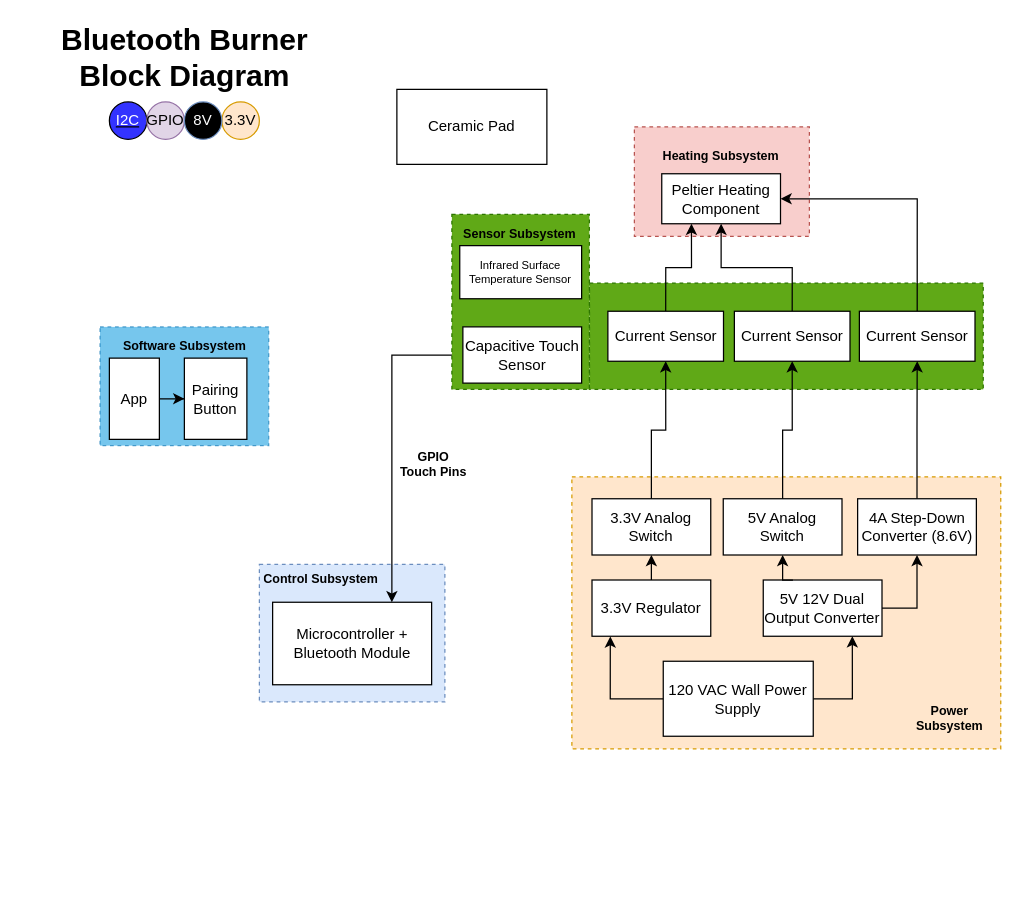
This is Proposal Diagram.drawio from fadnis-shaunak28/ECE-445-Notebooks, a draw.io file, before an edit. Source tidied: cells renumbered, new cells numbered last; positions are measured from the earlier drawing's top-left corner, leaving out a move shared by most shapes. Both pictures are drawn from the tidied source at 125%, with x=0, y=0 at pixel (99, 39).
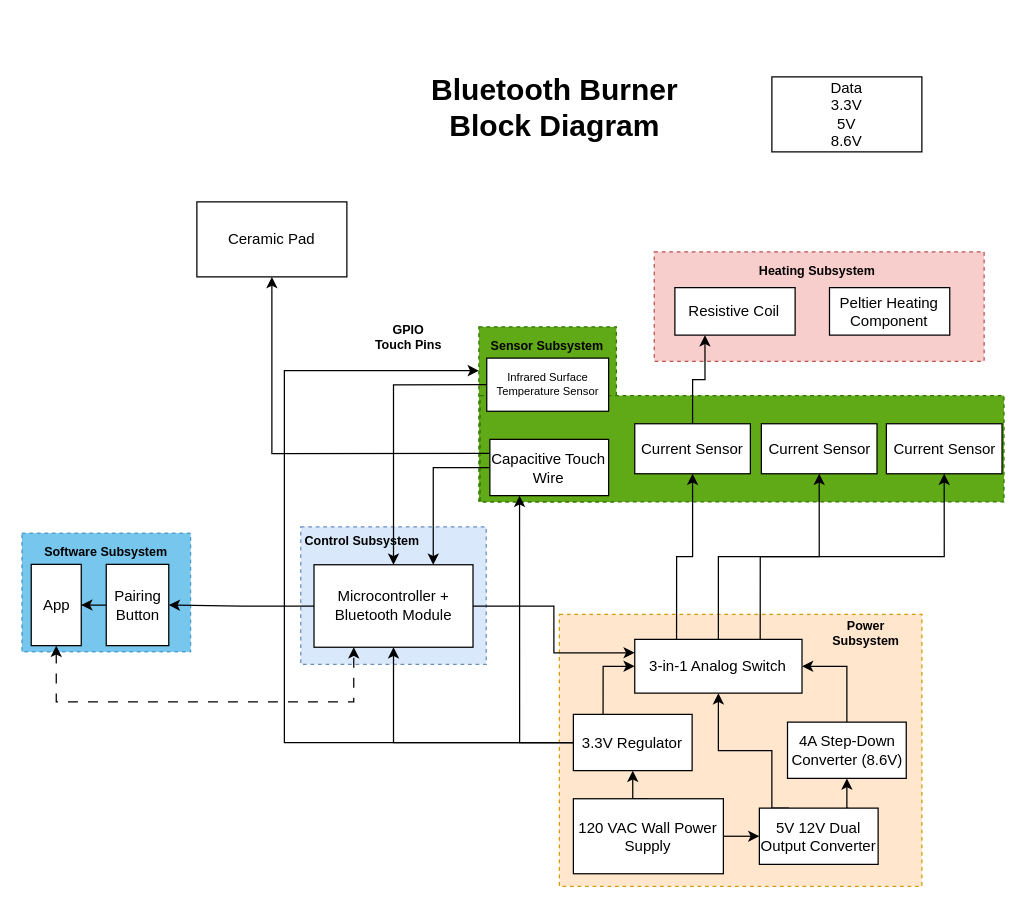
The same page after the edit.

Unchanged cells that the change refers to:
```xml
<mxCell id="8" value="Microcontroller + Bluetooth Module" style="rounded=0;whiteSpace=wrap;html=1;" parent="6" vertex="1">
  <mxGeometry x="10.6" y="30.3" width="127.2" height="66" as="geometry" />
</mxCell>
<mxCell id="47" value="App" style="rounded=0;whiteSpace=wrap;html=1;" parent="44" vertex="1">
  <mxGeometry x="7.5" y="25" width="40" height="65" as="geometry" />
</mxCell>
<mxCell id="49" value="Pairing Button" style="rounded=0;whiteSpace=wrap;html=1;" parent="44" vertex="1">
  <mxGeometry x="67.5" y="25" width="50" height="65" as="geometry" />
</mxCell>
```

Diff of the diagram source:
```diff
@@
-    <mxCell id="2" style="group;" parent="1" vertex="1">
-      <mxGeometry x="428" y="70" width="140" height="87.5" as="geometry" />
-    </mxCell>
-    <mxCell id="3" style="rounded=0;whiteSpace=wrap;html=1;fillColor=#f8cecc;strokeColor=#b85450;dashed=1;" parent="2" vertex="1">
-      <mxGeometry width="140" height="87.5" as="geometry" />
+    <mxCell id="3" style="rounded=0;whiteSpace=wrap;html=1;fillColor=#f8cecc;strokeColor=#b85450;dashed=1;" parent="1" vertex="1">
+      <mxGeometry x="443.9" y="170" width="263.9" height="87.5" as="geometry" />
     </mxCell>
-    <mxCell id="4" value="Peltier Heating Component" style="rounded=0;whiteSpace=wrap;html=1;" parent="2" vertex="1">
-      <mxGeometry x="21.9" y="37.5" width="95" height="40" as="geometry" />
-    </mxCell>
-    <mxCell id="5" value="Heating Subsystem" style="text;html=1;strokeColor=none;fillColor=none;align=center;verticalAlign=middle;whiteSpace=wrap;overflow=hidden;fontSize=10;fontStyle=1;" parent="2" vertex="1">
-      <mxGeometry x="8.8" y="7.5" width="121.2" height="30" as="geometry" />
-    </mxCell>
+    <mxCell id="51" style="rounded=0;whiteSpace=wrap;html=1;fillColor=#60a917;strokeColor=#2D7600;fontColor=#ffffff;dashed=1;" parent="1" vertex="1">
+      <mxGeometry x="303.6" y="230" width="110" height="140" as="geometry" />
+    </mxCell>
+    <mxCell id="10" style="rounded=0;whiteSpace=wrap;html=1;fillColor=#60a917;strokeColor=#2D7600;fontColor=#ffffff;dashed=1;" parent="1" vertex="1">
+      <mxGeometry x="304.6" y="285" width="419.1" height="85" as="geometry" />
+    </mxCell>
+    <mxCell id="28" style="rounded=0;whiteSpace=wrap;html=1;fillColor=#ffe6cc;strokeColor=#d79b00;dashed=1;" parent="1" vertex="1">
+      <mxGeometry x="368" y="460" width="290" height="217.5" as="geometry" />
+    </mxCell>
     <mxCell id="6" style="group;" parent="1" vertex="1">
-      <mxGeometry x="128" y="420" width="148.4" height="110" as="geometry" />
+      <mxGeometry x="161.1" y="390" width="148.4" height="110" as="geometry" />
     </mxCell>
@@
-    <mxCell id="10" style="rounded=0;whiteSpace=wrap;html=1;fillColor=#60a917;strokeColor=#2D7600;fontColor=#ffffff;dashed=1;" parent="1" vertex="1">
-      <mxGeometry x="392.1" y="195" width="315" height="85" as="geometry" />
-    </mxCell>
-    <mxCell id="11" style="edgeStyle=orthogonalEdgeStyle;rounded=0;jettySize=auto;html=1;exitX=0.5;exitY=0;exitDx=0;exitDy=0;entryX=1;entryY=0.5;entryDx=0;entryDy=0;" parent="1" edge="1" source="12" target="4">
-      <mxGeometry relative="1" as="geometry" />
-    </mxCell>
-    <mxCell id="12" value="Current Sensor" style="rounded=0;whiteSpace=wrap;html=1;" parent="1" vertex="1">
-      <mxGeometry x="608" y="217.5" width="92.5" height="40" as="geometry" />
-    </mxCell>
@@
     <mxCell id="14" value="Ceramic Pad" style="rounded=0;whiteSpace=wrap;html=1;" parent="1" vertex="1">
-      <mxGeometry x="238" y="40" width="120" height="60" as="geometry" />
+      <mxGeometry x="78" y="130" width="120" height="60" as="geometry" />
     </mxCell>
     <mxCell id="15" style="group;" parent="1" vertex="1">
-      <mxGeometry x="8" width="120" height="80" as="geometry" />
+      <mxGeometry x="303.6" y="40" width="120" height="80" as="geometry" />
     </mxCell>
-    <mxCell id="16" style="group;" parent="15" vertex="1">
-      <mxGeometry width="120" height="80" as="geometry" />
-    </mxCell>
-    <mxCell id="17" value="Bluetooth Burner&lt;br&gt;Block Diagram" style="text;strokeColor=none;fillColor=none;html=1;fontSize=24;fontStyle=1;verticalAlign=middle;align=center;" parent="16" vertex="1">
+    <mxCell id="17" value="Bluetooth Burner&lt;br&gt;Block Diagram" style="text;strokeColor=none;fillColor=none;html=1;fontSize=24;fontStyle=1;verticalAlign=middle;align=center;" parent="15" vertex="1">
       <mxGeometry x="30" width="60" height="30" as="geometry" />
     </mxCell>
-    <mxCell id="18" style="group;" parent="16" vertex="1">
-      <mxGeometry y="50" width="120" height="30" as="geometry" />
-    </mxCell>
-    <mxCell id="19" value="&lt;font color=&quot;#ffffff&quot;&gt;I2C&lt;/font&gt;" style="ellipse;whiteSpace=wrap;html=1;align=center;fontStyle=4;fillColor=#3333FF;" parent="18" vertex="1">
-      <mxGeometry width="30" height="30" as="geometry" />
-    </mxCell>
-    <mxCell id="20" value="3.3V" style="ellipse;whiteSpace=wrap;html=1;align=center;fontStyle=0;fillColor=#ffe6cc;strokeColor=#d79b00;" parent="18" vertex="1">
-      <mxGeometry x="90" width="30" height="30" as="geometry" />
-    </mxCell>
-    <mxCell id="21" value="GPIO" style="ellipse;whiteSpace=wrap;html=1;align=center;fontStyle=0;fillColor=#e1d5e7;strokeColor=#9673a6;" parent="18" vertex="1">
-      <mxGeometry x="30" width="30" height="30" as="geometry" />
-    </mxCell>
-    <mxCell id="22" value="&lt;font color=&quot;#ffffff&quot;&gt;8V&lt;/font&gt;" style="ellipse;whiteSpace=wrap;html=1;align=center;fontStyle=0;fillColor=#000000;strokeColor=#6c8ebf;" parent="18" vertex="1">
-      <mxGeometry x="60" width="30" height="30" as="geometry" />
-    </mxCell>
-    <mxCell id="23" style="edgeStyle=orthogonalEdgeStyle;rounded=0;jettySize=auto;html=1;exitX=0.5;exitY=0;exitDx=0;exitDy=0;entryX=0.5;entryY=1;entryDx=0;entryDy=0;" parent="1" edge="1" source="24" target="4">
-      <mxGeometry relative="1" as="geometry" />
-    </mxCell>
-    <mxCell id="24" value="Current Sensor" style="rounded=0;whiteSpace=wrap;html=1;" parent="1" vertex="1">
-      <mxGeometry x="508" y="217.5" width="92.5" height="40" as="geometry" />
-    </mxCell>
-    <mxCell id="25" style="edgeStyle=orthogonalEdgeStyle;rounded=0;jettySize=auto;html=1;exitX=0.5;exitY=0;exitDx=0;exitDy=0;entryX=0.25;entryY=1;entryDx=0;entryDy=0;" parent="1" edge="1" source="26" target="4">
-      <mxGeometry relative="1" as="geometry" />
-    </mxCell>
-    <mxCell id="26" value="Current Sensor" style="rounded=0;whiteSpace=wrap;html=1;" parent="1" vertex="1">
-      <mxGeometry x="406.8" y="217.5" width="92.5" height="40" as="geometry" />
-    </mxCell>
-    <mxCell id="27" style="group;" parent="1" vertex="1">
-      <mxGeometry x="378" y="350" width="343.1" height="217.5" as="geometry" />
-    </mxCell>
-    <mxCell id="28" style="rounded=0;whiteSpace=wrap;html=1;fillColor=#ffe6cc;strokeColor=#d79b00;dashed=1;" parent="27" vertex="1">
-      <mxGeometry width="343.1" height="217.5" as="geometry" />
-    </mxCell>
-    <mxCell id="29" value="120 VAC Wall Power Supply" style="rounded=0;whiteSpace=wrap;html=1;" parent="27" vertex="1">
-      <mxGeometry x="73.1" y="147.5" width="120" height="60" as="geometry" />
-    </mxCell>
-    <mxCell id="30" value="5V 12V Dual Output Converter" style="rounded=0;whiteSpace=wrap;html=1;" parent="27" vertex="1">
-      <mxGeometry x="153.1" y="82.5" width="95" height="45" as="geometry" />
-    </mxCell>
-    <mxCell id="31" style="edgeStyle=orthogonalEdgeStyle;rounded=0;jettySize=auto;html=1;exitX=1;exitY=0.5;exitDx=0;exitDy=0;entryX=0.75;entryY=1;entryDx=0;entryDy=0;" parent="27" edge="1" source="29" target="30">
-      <mxGeometry relative="1" as="geometry" />
-    </mxCell>
-    <mxCell id="32" value="Power Subsystem" style="text;html=1;strokeColor=none;fillColor=none;align=center;verticalAlign=middle;whiteSpace=wrap;overflow=hidden;fontSize=10;fontStyle=1;" parent="27" vertex="1">
-      <mxGeometry x="273.1" y="177.5" width="58.8" height="30" as="geometry" />
-    </mxCell>
-    <mxCell id="33" value="3.3V Regulator" style="rounded=0;whiteSpace=wrap;html=1;" parent="27" vertex="1">
-      <mxGeometry x="16.1" y="82.5" width="95" height="45" as="geometry" />
-    </mxCell>
-    <mxCell id="34" value="4A Step-Down Converter (8.6V)" style="rounded=0;whiteSpace=wrap;html=1;" parent="27" vertex="1">
-      <mxGeometry x="228.6" y="17.5" width="95" height="45" as="geometry" />
-    </mxCell>
-    <mxCell id="35" style="edgeStyle=orthogonalEdgeStyle;rounded=0;jettySize=auto;html=1;exitX=1;exitY=0.5;exitDx=0;exitDy=0;entryX=0.5;entryY=1;entryDx=0;entryDy=0;" parent="27" edge="1" source="30" target="34">
-      <mxGeometry relative="1" as="geometry" />
-    </mxCell>
-    <mxCell id="36" value="5V Analog Switch" style="rounded=0;whiteSpace=wrap;html=1;" parent="27" vertex="1">
-      <mxGeometry x="121.1" y="17.5" width="95" height="45" as="geometry" />
-    </mxCell>
-    <mxCell id="37" style="edgeStyle=orthogonalEdgeStyle;rounded=0;jettySize=auto;html=1;exitX=0.25;exitY=0;exitDx=0;exitDy=0;entryX=0.5;entryY=1;entryDx=0;entryDy=0;" parent="27" edge="1" source="30" target="36">
-      <mxGeometry relative="1" as="geometry" />
-    </mxCell>
-    <mxCell id="38" value="3.3V Analog Switch" style="rounded=0;whiteSpace=wrap;html=1;" parent="27" vertex="1">
-      <mxGeometry x="16.1" y="17.5" width="95" height="45" as="geometry" />
-    </mxCell>
-    <mxCell id="39" style="edgeStyle=orthogonalEdgeStyle;rounded=0;jettySize=auto;html=1;exitX=0.5;exitY=0;exitDx=0;exitDy=0;entryX=0.5;entryY=1;entryDx=0;entryDy=0;" parent="27" edge="1" source="33" target="38">
-      <mxGeometry relative="1" as="geometry" />
-    </mxCell>
-    <mxCell id="40" style="edgeStyle=orthogonalEdgeStyle;rounded=0;jettySize=auto;html=1;exitX=0;exitY=0.5;exitDx=0;exitDy=0;entryX=0.154;entryY=1.004;entryDx=0;entryDy=0;entryPerimeter=0;" parent="27" edge="1" source="29" target="33">
-      <mxGeometry relative="1" as="geometry" />
-    </mxCell>
-    <mxCell id="41" style="edgeStyle=orthogonalEdgeStyle;rounded=0;jettySize=auto;html=1;exitX=0.5;exitY=0;exitDx=0;exitDy=0;entryX=0.5;entryY=1;entryDx=0;entryDy=0;" parent="1" edge="1" source="38" target="26">
+    <mxCell id="41" style="edgeStyle=orthogonalEdgeStyle;rounded=0;jettySize=auto;html=1;exitX=0.25;exitY=0;exitDx=0;exitDy=0;entryX=0.5;entryY=1;entryDx=0;entryDy=0;" parent="1" edge="1" source="68" target="26">
       <mxGeometry relative="1" as="geometry" />
     </mxCell>
-    <mxCell id="42" style="edgeStyle=orthogonalEdgeStyle;rounded=0;jettySize=auto;html=1;exitX=0.5;exitY=0;exitDx=0;exitDy=0;entryX=0.5;entryY=1;entryDx=0;entryDy=0;" parent="1" edge="1" source="36" target="24">
+    <mxCell id="42" style="edgeStyle=orthogonalEdgeStyle;rounded=0;jettySize=auto;html=1;exitX=0.5;exitY=0;exitDx=0;exitDy=0;entryX=0.5;entryY=1;entryDx=0;entryDy=0;" parent="1" edge="1" source="68" target="24">
       <mxGeometry relative="1" as="geometry" />
     </mxCell>
-    <mxCell id="43" style="edgeStyle=orthogonalEdgeStyle;rounded=0;jettySize=auto;html=1;exitX=0.5;exitY=0;exitDx=0;exitDy=0;entryX=0.5;entryY=1;entryDx=0;entryDy=0;" parent="1" edge="1" source="34" target="12">
-      <mxGeometry relative="1" as="geometry" />
-    </mxCell>
     <mxCell id="44" style="group;" parent="1" vertex="1">
-      <mxGeometry x="0.5" y="230" width="135" height="95" as="geometry" />
+      <mxGeometry x="-62" y="395" width="135" height="95" as="geometry" />
     </mxCell>
@@
-    <mxCell id="46" style="edgeStyle=orthogonalEdgeStyle;rounded=0;jettySize=auto;html=1;" parent="44" edge="1" source="47" target="49">
+    <mxCell id="46" style="edgeStyle=orthogonalEdgeStyle;rounded=0;jettySize=auto;html=1;startArrow=classic;startFill=1;endArrow=none;endFill=0;" parent="44" edge="1" source="47" target="49">
       <mxGeometry relative="1" as="geometry" />
     </mxCell>
@@
-    <mxCell id="50" style="group;" parent="1" vertex="1">
-      <mxGeometry x="276.4" y="140" width="121.2" height="140" as="geometry" />
-    </mxCell>
-    <mxCell id="51" style="rounded=0;whiteSpace=wrap;html=1;fillColor=#60a917;strokeColor=#2D7600;fontColor=#ffffff;dashed=1;" parent="50" vertex="1">
-      <mxGeometry x="5.6" width="110" height="140" as="geometry" />
-    </mxCell>
+    <mxCell id="55" value="GPIO Touch Pins" style="text;html=1;strokeColor=none;fillColor=none;align=center;verticalAlign=middle;whiteSpace=wrap;overflow=hidden;fontSize=10;fontStyle=1;" parent="1" vertex="1">
+      <mxGeometry x="217.7" y="222.5" width="58.8" height="30" as="geometry" />
+    </mxCell>
+    <mxCell id="56" style="edgeStyle=orthogonalEdgeStyle;rounded=0;jettySize=auto;html=1;exitX=0;exitY=0.5;exitDx=0;exitDy=0;entryX=1;entryY=0.5;entryDx=0;entryDy=0;" parent="1" edge="1" source="8" target="49">
+      <mxGeometry relative="1" as="geometry" />
+    </mxCell>
+    <mxCell id="57" style="edgeStyle=orthogonalEdgeStyle;rounded=0;jettySize=auto;html=1;exitX=0;exitY=0.5;exitDx=0;exitDy=0;entryX=0.5;entryY=1;entryDx=0;entryDy=0;" parent="1" edge="1" source="33" target="8">
+      <mxGeometry relative="1" as="geometry" />
+    </mxCell>
+    <mxCell id="58" style="edgeStyle=orthogonalEdgeStyle;rounded=0;jettySize=auto;html=1;exitX=0;exitY=0.5;exitDx=0;exitDy=0;entryX=0.25;entryY=1;entryDx=0;entryDy=0;" parent="1" edge="1" source="33" target="53">
+      <mxGeometry relative="1" as="geometry" />
+    </mxCell>
+    <mxCell id="59" style="edgeStyle=orthogonalEdgeStyle;rounded=0;jettySize=auto;html=1;exitX=0;exitY=0.5;exitDx=0;exitDy=0;entryX=0.5;entryY=0;entryDx=0;entryDy=0;" parent="1" edge="1" source="52" target="8">
+      <mxGeometry relative="1" as="geometry" />
+    </mxCell>
+    <mxCell id="60" style="edgeStyle=orthogonalEdgeStyle;rounded=0;jettySize=auto;html=1;exitX=0.75;exitY=0;exitDx=0;exitDy=0;entryX=0.5;entryY=1;entryDx=0;entryDy=0;" parent="1" edge="1" source="68" target="12">
+      <mxGeometry relative="1" as="geometry" />
+    </mxCell>
+    <mxCell id="40" style="edgeStyle=orthogonalEdgeStyle;rounded=0;jettySize=auto;html=1;exitX=0.5;exitY=0;exitDx=0;exitDy=0;entryX=0.5;entryY=1;entryDx=0;entryDy=0;" parent="1" edge="1" source="29" target="33">
+      <mxGeometry relative="1" as="geometry" />
+    </mxCell>
+    <mxCell id="31" style="edgeStyle=orthogonalEdgeStyle;rounded=0;jettySize=auto;html=1;exitX=1;exitY=0.5;exitDx=0;exitDy=0;entryX=0;entryY=0.5;entryDx=0;entryDy=0;" parent="1" edge="1" source="29" target="30">
+      <mxGeometry relative="1" as="geometry" />
+    </mxCell>
+    <mxCell id="29" value="120 VAC Wall Power Supply" style="rounded=0;whiteSpace=wrap;html=1;" parent="1" vertex="1">
+      <mxGeometry x="379.2" y="607.5" width="120" height="60" as="geometry" />
+    </mxCell>
+    <mxCell id="35" style="edgeStyle=orthogonalEdgeStyle;rounded=0;jettySize=auto;html=1;exitX=0.75;exitY=0;exitDx=0;exitDy=0;entryX=0.5;entryY=1;entryDx=0;entryDy=0;" parent="1" edge="1" source="30" target="34">
+      <mxGeometry relative="1" as="geometry" />
+    </mxCell>
+    <mxCell id="61" style="edgeStyle=orthogonalEdgeStyle;rounded=0;jettySize=auto;html=1;exitX=0.25;exitY=0;exitDx=0;exitDy=0;entryX=0.5;entryY=1;entryDx=0;entryDy=0;" parent="1" edge="1" source="30" target="68">
+      <mxGeometry relative="1" as="geometry">
+        <Array as="points">
+          <mxPoint x="538" y="615" />
+          <mxPoint x="538" y="569" />
+          <mxPoint x="495" y="569" />
+        </Array>
+      </mxGeometry>
+    </mxCell>
+    <mxCell id="30" value="5V 12V Dual Output Converter" style="rounded=0;whiteSpace=wrap;html=1;" parent="1" vertex="1">
+      <mxGeometry x="528" y="615" width="95" height="45" as="geometry" />
+    </mxCell>
+    <mxCell id="32" value="Power Subsystem" style="text;html=1;strokeColor=none;fillColor=none;align=center;verticalAlign=middle;whiteSpace=wrap;overflow=hidden;fontSize=10;fontStyle=1;" parent="1" vertex="1">
+      <mxGeometry x="584.1" y="460" width="58.8" height="30" as="geometry" />
+    </mxCell>
+    <mxCell id="62" style="edgeStyle=orthogonalEdgeStyle;rounded=0;jettySize=auto;html=1;exitX=0.25;exitY=0;exitDx=0;exitDy=0;entryX=0;entryY=0.5;entryDx=0;entryDy=0;" parent="1" edge="1" source="33" target="68">
+      <mxGeometry relative="1" as="geometry" />
+    </mxCell>
+    <mxCell id="63" style="edgeStyle=orthogonalEdgeStyle;rounded=0;jettySize=auto;html=1;exitX=0;exitY=0.5;exitDx=0;exitDy=0;entryX=0;entryY=0.25;entryDx=0;entryDy=0;" parent="1" edge="1" source="33" target="51">
+      <mxGeometry relative="1" as="geometry">
+        <Array as="points">
+          <mxPoint x="148" y="563" />
+          <mxPoint x="148" y="265" />
+        </Array>
+      </mxGeometry>
+    </mxCell>
+    <mxCell id="33" value="3.3V Regulator" style="rounded=0;whiteSpace=wrap;html=1;" parent="1" vertex="1">
+      <mxGeometry x="379.2" y="540" width="95" height="45" as="geometry" />
+    </mxCell>
+    <mxCell id="64" style="edgeStyle=orthogonalEdgeStyle;rounded=0;jettySize=auto;html=1;exitX=0.5;exitY=0;exitDx=0;exitDy=0;entryX=1;entryY=0.5;entryDx=0;entryDy=0;" parent="1" edge="1" source="34" target="68">
+      <mxGeometry relative="1" as="geometry" />
+    </mxCell>
+    <mxCell id="34" value="4A Step-Down Converter (8.6V)" style="rounded=0;whiteSpace=wrap;html=1;" parent="1" vertex="1">
+      <mxGeometry x="550.5" y="546.2" width="95" height="45" as="geometry" />
+    </mxCell>
+    <mxCell id="12" value="Current Sensor" style="rounded=0;whiteSpace=wrap;html=1;" parent="1" vertex="1">
+      <mxGeometry x="629.6" y="307.5" width="92.5" height="40" as="geometry" />
+    </mxCell>
+    <mxCell id="24" value="Current Sensor" style="rounded=0;whiteSpace=wrap;html=1;" parent="1" vertex="1">
+      <mxGeometry x="529.6" y="307.5" width="92.5" height="40" as="geometry" />
+    </mxCell>
+    <mxCell id="65" style="edgeStyle=orthogonalEdgeStyle;rounded=0;jettySize=auto;html=1;exitX=0.5;exitY=0;exitDx=0;exitDy=0;entryX=0.25;entryY=1;entryDx=0;entryDy=0;" parent="1" edge="1" source="26" target="70">
+      <mxGeometry relative="1" as="geometry" />
+    </mxCell>
+    <mxCell id="26" value="Current Sensor" style="rounded=0;whiteSpace=wrap;html=1;" parent="1" vertex="1">
+      <mxGeometry x="428.3" y="307.5" width="92.5" height="40" as="geometry" />
+    </mxCell>
-    <mxCell id="52" value="Infrared Surface Temperature Sensor" style="rounded=0;whiteSpace=wrap;html=1;fontSize=9;" parent="50" vertex="1">
-      <mxGeometry x="11.9" y="25" width="97.5" height="42.5" as="geometry" />
+    <mxCell id="52" value="Infrared Surface Temperature Sensor" style="rounded=0;whiteSpace=wrap;html=1;fontSize=9;" parent="1" vertex="1">
+      <mxGeometry x="309.9" y="255" width="97.5" height="42.5" as="geometry" />
     </mxCell>
+    <mxCell id="66" style="edgeStyle=orthogonalEdgeStyle;rounded=0;jettySize=auto;html=1;exitX=0;exitY=0.25;exitDx=0;exitDy=0;entryX=0.5;entryY=1;entryDx=0;entryDy=0;" parent="1" edge="1" source="53" target="14">
+      <mxGeometry relative="1" as="geometry" />
+    </mxCell>
-    <mxCell id="53" value="Capacitive Touch Sensor" style="rounded=0;whiteSpace=wrap;html=1;" parent="50" vertex="1">
-      <mxGeometry x="14.4" y="90" width="95" height="45" as="geometry" />
+    <mxCell id="53" value="Capacitive Touch Wire" style="rounded=0;whiteSpace=wrap;html=1;" parent="1" vertex="1">
+      <mxGeometry x="312.4" y="320" width="95" height="45" as="geometry" />
     </mxCell>
-    <mxCell id="54" value="Sensor Subsystem" style="text;html=1;strokeColor=none;fillColor=none;align=center;verticalAlign=middle;whiteSpace=wrap;overflow=hidden;fontSize=10;fontStyle=1;" parent="50" vertex="1">
-      <mxGeometry y="5" width="121.2" height="20" as="geometry" />
+    <mxCell id="54" value="Sensor Subsystem" style="text;html=1;strokeColor=none;fillColor=none;align=center;verticalAlign=middle;whiteSpace=wrap;overflow=hidden;fontSize=10;fontStyle=1;" parent="1" vertex="1">
+      <mxGeometry x="298" y="235" width="121.2" height="20" as="geometry" />
     </mxCell>
-    <mxCell id="55" value="GPIO Touch Pins" style="text;html=1;strokeColor=none;fillColor=none;align=center;verticalAlign=middle;whiteSpace=wrap;overflow=hidden;fontSize=10;fontStyle=1;" parent="1" vertex="1">
-      <mxGeometry x="238" y="325" width="58.8" height="30" as="geometry" />
-    </mxCell>
+    <mxCell id="67" value="Data&lt;br&gt;3.3V&lt;br&gt;5V&lt;br&gt;8.6V" style="rounded=0;whiteSpace=wrap;html=1;" parent="1" vertex="1">
+      <mxGeometry x="538" y="30" width="120" height="60" as="geometry" />
+    </mxCell>
+    <mxCell id="68" value="3-in-1 Analog Switch" style="rounded=0;whiteSpace=wrap;html=1;" parent="1" vertex="1">
+      <mxGeometry x="428.3" y="480" width="133.8" height="43" as="geometry" />
+    </mxCell>
+    <mxCell id="69" style="edgeStyle=orthogonalEdgeStyle;rounded=0;jettySize=auto;html=1;exitX=1;exitY=0.5;exitDx=0;exitDy=0;entryX=0;entryY=0.25;entryDx=0;entryDy=0;" parent="1" edge="1" source="8" target="68">
+      <mxGeometry relative="1" as="geometry" />
+    </mxCell>
+    <mxCell id="4" value="Peltier Heating Component" style="rounded=0;whiteSpace=wrap;html=1;" parent="1" vertex="1">
+      <mxGeometry x="584.1" y="198.6" width="96.2" height="38" as="geometry" />
+    </mxCell>
+    <mxCell id="5" value="Heating Subsystem" style="text;html=1;strokeColor=none;fillColor=none;align=center;verticalAlign=middle;whiteSpace=wrap;overflow=hidden;fontSize=10;fontStyle=1;" parent="1" vertex="1">
+      <mxGeometry x="460.4" y="160" width="228.5" height="50.6" as="geometry" />
+    </mxCell>
+    <mxCell id="70" value="Resistive Coil" style="rounded=0;whiteSpace=wrap;html=1;" parent="1" vertex="1">
+      <mxGeometry x="460.4" y="198.6" width="96.2" height="38" as="geometry" />
+    </mxCell>
+    <mxCell id="71" style="edgeStyle=orthogonalEdgeStyle;rounded=0;jettySize=auto;html=1;exitX=0.5;exitY=1;exitDx=0;exitDy=0;entryX=0.25;entryY=1;entryDx=0;entryDy=0;dashed=1;dashPattern=8 8;startArrow=classic;startFill=1;" parent="1" edge="1" source="47" target="8">
+      <mxGeometry relative="1" as="geometry">
+        <Array as="points">
+          <mxPoint x="-34" y="530" />
+          <mxPoint x="204" y="530" />
+        </Array>
+      </mxGeometry>
+    </mxCell>
```
